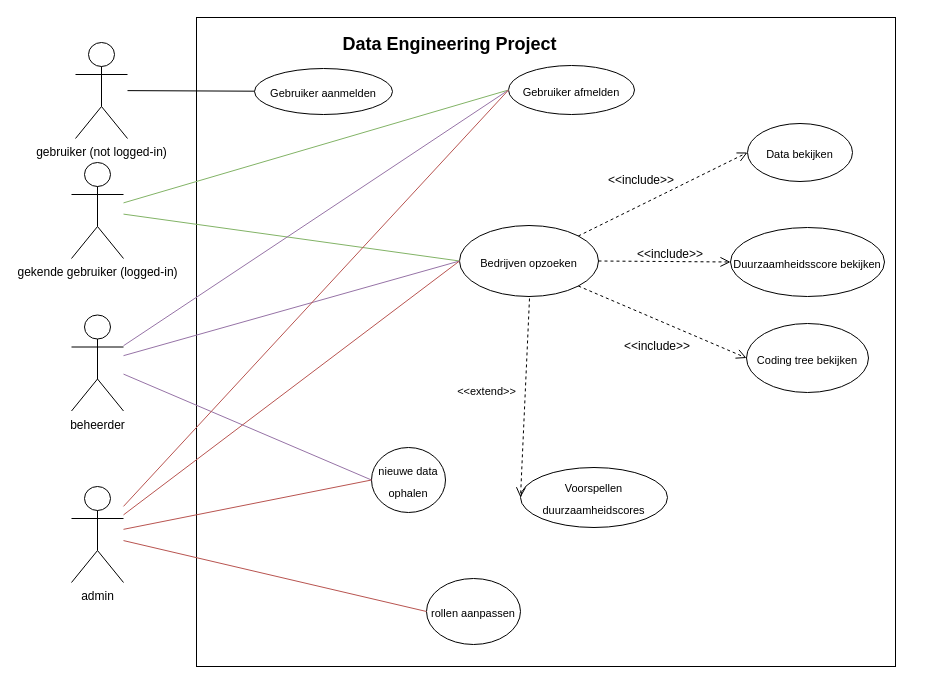
The draw.io diagram Analyse/UCD/UCD - Data Engineering Project 3.drawio in SiebeVCHoGent/DataEngineeringP2, before the edit. Source tidied: cells renumbered, new cells numbered last; positions are measured from the earlier drawing's top-left corner, leaving out a move shared by most shapes. Both pictures are drawn from the tidied source at 100%, with x=0, y=0 at pixel (71, 17).
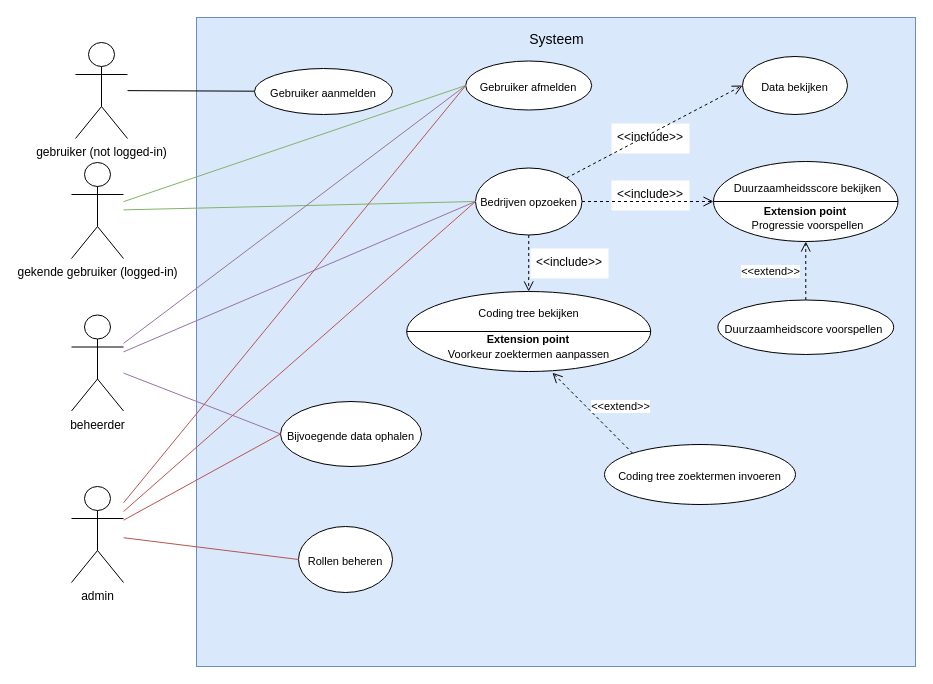
The same diagram, later.

The change refers to these unchanged cells:
```xml
<mxCell id="26" value="gekende gebruiker (logged-in)" style="shape=umlActor;verticalLabelPosition=bottom;verticalAlign=top;html=1;outlineConnect=0;" parent="1" vertex="1">
  <mxGeometry y="145" width="52" height="96" as="geometry" />
</mxCell>
<mxCell id="30" value="beheerder" style="shape=umlActor;verticalLabelPosition=bottom;verticalAlign=top;html=1;outlineConnect=0;" parent="1" vertex="1">
  <mxGeometry y="297.5" width="52" height="96" as="geometry" />
</mxCell>
<mxCell id="35" value="admin" style="shape=umlActor;verticalLabelPosition=bottom;verticalAlign=top;html=1;outlineConnect=0;" parent="1" vertex="1">
  <mxGeometry y="469" width="52" height="96" as="geometry" />
</mxCell>
```

Diff of the diagram source:
```diff
@@
-    <mxCell id="4" style="group;fillColor=none;" parent="1" vertex="1">
-      <mxGeometry x="125" width="699" height="649" as="geometry" />
+    <mxCell id="4" style="group;fillColor=default;fontColor=#ffffff;strokeColor=#001DBC;" parent="1" vertex="1">
+      <mxGeometry x="125" width="719" height="649" as="geometry" />
     </mxCell>
-    <mxCell id="5" style="rounded=0;whiteSpace=wrap;html=1;" parent="4" vertex="1">
-      <mxGeometry width="699" height="649" as="geometry" />
+    <mxCell id="5" style="rounded=0;whiteSpace=wrap;html=1;fillColor=#dae8fc;strokeColor=#6c8ebf;" parent="4" vertex="1">
+      <mxGeometry width="719" height="649" as="geometry" />
     </mxCell>
-    <mxCell id="6" value="&lt;b&gt;&lt;font style=&quot;font-size: 18px;&quot;&gt;Data Engineering Project&lt;/font&gt;&lt;/b&gt;" style="text;html=1;align=center;verticalAlign=middle;strokeColor=none;fillColor=none;" parent="4" vertex="1">
-      <mxGeometry x="136.5" y="10" width="232" height="34" as="geometry" />
+    <mxCell id="6" value="&lt;font style=&quot;font-size: 14px;&quot;&gt;Systeem&lt;/font&gt;" style="text;html=1;align=center;verticalAlign=middle;strokeColor=none;fillColor=none;" parent="4" vertex="1">
+      <mxGeometry x="323.5" y="7" width="72" height="29" as="geometry" />
     </mxCell>
     <mxCell id="7" value="&lt;font style=&quot;font-size: 11px;&quot;&gt;Gebruiker afmelden&lt;/font&gt;" style="ellipse;whiteSpace=wrap;html=1;fontSize=18;" parent="4" vertex="1">
-      <mxGeometry x="312" y="48" width="126" height="49" as="geometry" />
+      <mxGeometry x="269.2" y="43.5" width="126" height="49" as="geometry" />
     </mxCell>
-    <mxCell id="8" value="&lt;div style=&quot;&quot;&gt;&lt;span style=&quot;font-size: 11px; background-color: initial;&quot;&gt;Bedrijven opzoeken&lt;/span&gt;&lt;/div&gt;" style="ellipse;whiteSpace=wrap;html=1;fontSize=18;align=center;" parent="4" vertex="1">
-      <mxGeometry x="263" y="208" width="139" height="71" as="geometry" />
-    </mxCell>
@@
     <mxCell id="10" value="&lt;font style=&quot;font-size: 11px;&quot;&gt;Data bekijken&lt;br&gt;&lt;/font&gt;" style="ellipse;whiteSpace=wrap;html=1;fontSize=18;" parent="4" vertex="1">
-      <mxGeometry x="551" y="106" width="105" height="58" as="geometry" />
+      <mxGeometry x="546" y="39" width="105" height="58" as="geometry" />
     </mxCell>
-    <mxCell id="11" value="&lt;font style=&quot;font-size: 11px;&quot;&gt;Voorspellen duurzaamheidscores&lt;br&gt;&lt;/font&gt;" style="ellipse;whiteSpace=wrap;html=1;fontSize=18;" parent="4" vertex="1">
-      <mxGeometry x="324" y="450" width="147" height="60" as="geometry" />
+    <mxCell id="11" value="&lt;font style=&quot;font-size: 11px;&quot;&gt;Duurzaamheidscore voorspellen&amp;nbsp;&lt;br&gt;&lt;/font&gt;" style="ellipse;whiteSpace=wrap;html=1;fontSize=18;fillColor=default;" parent="4" vertex="1">
+      <mxGeometry x="521.4" y="282.5" width="175.8" height="54.5" as="geometry" />
     </mxCell>
-    <mxCell id="12" value="&lt;font style=&quot;font-size: 11px;&quot;&gt;nieuwe data ophalen&lt;/font&gt;" style="ellipse;whiteSpace=wrap;html=1;fontSize=18;" parent="4" vertex="1">
-      <mxGeometry x="175" y="430" width="74" height="65" as="geometry" />
+    <mxCell id="12" value="&lt;font style=&quot;font-size: 11px;&quot;&gt;Bijvoegende data ophalen&lt;/font&gt;" style="ellipse;whiteSpace=wrap;html=1;fontSize=18;" parent="4" vertex="1">
+      <mxGeometry x="84" y="384" width="141" height="65" as="geometry" />
     </mxCell>
-    <mxCell id="13" value="&lt;font style=&quot;font-size: 11px;&quot;&gt;rollen aanpassen&lt;/font&gt;" style="ellipse;whiteSpace=wrap;html=1;fontSize=18;" parent="4" vertex="1">
-      <mxGeometry x="230" y="561" width="94" height="66" as="geometry" />
+    <mxCell id="13" value="&lt;font style=&quot;font-size: 11px;&quot;&gt;Rollen beheren&lt;/font&gt;" style="ellipse;whiteSpace=wrap;html=1;fontSize=18;" parent="4" vertex="1">
+      <mxGeometry x="102" y="509" width="94" height="66" as="geometry" />
     </mxCell>
-    <mxCell id="14" value="&lt;font style=&quot;font-size: 11px;&quot;&gt;Coding tree bekijken&lt;/font&gt;" style="ellipse;whiteSpace=wrap;html=1;fontSize=18;" parent="4" vertex="1">
-      <mxGeometry x="550" y="306" width="122" height="69" as="geometry" />
-    </mxCell>
-    <mxCell id="15" value="&lt;&lt;include&gt;&gt;" style="text;strokeColor=none;fillColor=none;spacingLeft=4;spacingRight=4;overflow=hidden;fontSize=12;" parent="4" vertex="1">
-      <mxGeometry x="406" y="149" width="78" height="30" as="geometry" />
+    <mxCell id="15" value="&lt;&lt;include&gt;&gt;" style="text;strokeColor=none;fillColor=default;spacingLeft=4;spacingRight=4;overflow=hidden;fontSize=12;" parent="4" vertex="1">
+      <mxGeometry x="415" y="106" width="78" height="30" as="geometry" />
     </mxCell>
-    <mxCell id="16" value="&lt;&lt;include&gt;&gt;" style="text;strokeColor=none;fillColor=none;spacingLeft=4;spacingRight=4;overflow=hidden;fontSize=12;" parent="4" vertex="1">
-      <mxGeometry x="422" y="315" width="78" height="30" as="geometry" />
+    <mxCell id="16" value="&lt;&lt;include&gt;&gt;" style="text;strokeColor=none;fillColor=default;spacingLeft=4;spacingRight=4;overflow=hidden;fontSize=12;" parent="4" vertex="1">
+      <mxGeometry x="334" y="231" width="78" height="30" as="geometry" />
     </mxCell>
-    <mxCell id="17" value="&amp;lt;&amp;lt;extend&amp;gt;&amp;gt;" style="html=1;verticalAlign=bottom;endArrow=open;dashed=1;endSize=8;rounded=0;entryX=0;entryY=0.5;entryDx=0;entryDy=0;" parent="4" edge="1" target="11">
-      <mxGeometry x="0.04" y="-38" relative="1" as="geometry">
-        <mxPoint x="333" y="281" as="sourcePoint" />
-      </mxGeometry>
+    <mxCell id="17" value="&amp;lt;&amp;lt;extend&amp;gt;&amp;gt;" style="html=1;verticalAlign=bottom;endArrow=open;dashed=1;endSize=8;rounded=0;exitX=0.5;exitY=0;exitDx=0;exitDy=0;entryX=0.5;entryY=1;entryDx=0;entryDy=0;" parent="4" edge="1" source="11" target="38">
+      <mxGeometry x="-0.3" y="35" relative="1" as="geometry" />
     </mxCell>
-    <mxCell id="18" style="html=1;verticalAlign=bottom;endArrow=open;dashed=1;endSize=8;rounded=0;entryX=0;entryY=0.5;entryDx=0;entryDy=0;exitX=1;exitY=1;exitDx=0;exitDy=0;" parent="4" edge="1" source="8" target="14">
+    <mxCell id="18" style="html=1;verticalAlign=bottom;endArrow=open;dashed=1;endSize=8;rounded=0;exitX=0.5;exitY=1;exitDx=0;exitDy=0;entryX=0.5;entryY=0;entryDx=0;entryDy=0;" parent="4" edge="1" source="8" target="41">
       <mxGeometry x="0.04" y="-38" relative="1" as="geometry" />
     </mxCell>
@@
-    <mxCell id="20" value="&lt;&lt;include&gt;&gt;" style="text;strokeColor=none;fillColor=none;spacingLeft=4;spacingRight=4;overflow=hidden;fontSize=12;" parent="4" vertex="1">
-      <mxGeometry x="435" y="223" width="78" height="30" as="geometry" />
+    <mxCell id="20" value="&lt;&lt;include&gt;&gt;" style="text;strokeColor=none;fillColor=default;spacingLeft=4;spacingRight=4;overflow=hidden;fontSize=12;" parent="4" vertex="1">
+      <mxGeometry x="415" y="163" width="78" height="30" as="geometry" />
     </mxCell>
+    <mxCell id="22" style="html=1;verticalAlign=bottom;endArrow=open;dashed=1;endSize=8;rounded=0;entryX=0;entryY=0.5;entryDx=0;entryDy=0;exitX=1;exitY=0.5;exitDx=0;exitDy=0;" parent="4" edge="1" source="8" target="38">
+      <mxGeometry x="0.04" y="-38" relative="1" as="geometry" />
+    </mxCell>
+    <mxCell id="36" value="&lt;font style=&quot;font-size: 11px;&quot;&gt;Coding tree zoektermen invoeren&lt;br&gt;&lt;/font&gt;" style="ellipse;whiteSpace=wrap;html=1;fontSize=18;fillColor=default;" parent="4" vertex="1">
+      <mxGeometry x="408" y="427" width="191" height="60" as="geometry" />
+    </mxCell>
+    <mxCell id="37" value="&amp;lt;&amp;lt;extend&amp;gt;&amp;gt;" style="html=1;verticalAlign=bottom;endArrow=open;dashed=1;endSize=8;rounded=0;exitX=0;exitY=0;exitDx=0;exitDy=0;entryX=0.695;entryY=0.99;entryDx=0;entryDy=0;entryPerimeter=0;" parent="4" edge="1" source="36">
+      <mxGeometry x="-0.38" y="-18" relative="1" as="geometry">
+        <mxPoint x="356" y="355.3" as="targetPoint" />
+      </mxGeometry>
+    </mxCell>
+    <mxCell id="8" value="&lt;font style=&quot;font-size: 11px;&quot;&gt;Bedrijven opzoeken&lt;/font&gt;" style="ellipse;whiteSpace=wrap;html=1;strokeColor=default;fontSize=14;fillColor=default;gradientColor=none;" parent="4" vertex="1">
+      <mxGeometry x="279" y="150.5" width="106.5" height="67" as="geometry" />
+    </mxCell>
+    <mxCell id="38" style="shape=lineEllipse;perimeter=ellipsePerimeter;whiteSpace=wrap;html=1;backgroundOutline=1;strokeColor=default;fontSize=11;fillColor=default;gradientColor=none;" parent="4" vertex="1">
+      <mxGeometry x="517" y="144" width="184.5" height="80" as="geometry" />
+    </mxCell>
-    <mxCell id="21" value="&lt;span style=&quot;font-size: 11px;&quot;&gt;Duurzaamheidsscore bekijken&lt;/span&gt;" style="ellipse;whiteSpace=wrap;html=1;fontSize=18;" parent="4" vertex="1">
-      <mxGeometry x="534" y="210" width="154" height="69" as="geometry" />
+    <mxCell id="21" value="Duurzaamheidsscore bekijken" style="text;html=1;strokeColor=none;fillColor=none;align=center;verticalAlign=middle;whiteSpace=wrap;rounded=0;fontSize=11;" parent="4" vertex="1">
+      <mxGeometry x="520.5" y="156" width="181" height="30" as="geometry" />
     </mxCell>
-    <mxCell id="22" style="html=1;verticalAlign=bottom;endArrow=open;dashed=1;endSize=8;rounded=0;entryX=0;entryY=0.5;entryDx=0;entryDy=0;exitX=1;exitY=0.5;exitDx=0;exitDy=0;" parent="4" edge="1" source="8" target="21">
-      <mxGeometry x="0.04" y="-38" relative="1" as="geometry" />
-    </mxCell>
+    <mxCell id="39" value="&lt;b&gt;Extension point&lt;/b&gt;" style="text;html=1;strokeColor=none;fillColor=none;align=center;verticalAlign=middle;whiteSpace=wrap;rounded=0;fontSize=11;" parent="4" vertex="1">
+      <mxGeometry x="566.2" y="179" width="86" height="30" as="geometry" />
+    </mxCell>
+    <mxCell id="40" value="Progressie voorspellen" style="text;html=1;strokeColor=none;fillColor=none;align=center;verticalAlign=middle;whiteSpace=wrap;rounded=0;fontSize=11;" parent="4" vertex="1">
+      <mxGeometry x="520.5" y="193" width="181" height="30" as="geometry" />
+    </mxCell>
+    <mxCell id="41" style="shape=lineEllipse;perimeter=ellipsePerimeter;whiteSpace=wrap;html=1;backgroundOutline=1;strokeColor=default;fontSize=11;fillColor=default;gradientColor=none;" parent="4" vertex="1">
+      <mxGeometry x="210.2" y="274" width="244" height="80" as="geometry" />
+    </mxCell>
+    <mxCell id="14" value="Coding tree bekijken" style="text;html=1;strokeColor=none;fillColor=none;align=center;verticalAlign=middle;whiteSpace=wrap;rounded=0;fontSize=11;" parent="4" vertex="1">
+      <mxGeometry x="241.8" y="281" width="181" height="30" as="geometry" />
+    </mxCell>
+    <mxCell id="42" value="&lt;b&gt;Extension point&lt;/b&gt;" style="text;html=1;strokeColor=none;fillColor=none;align=center;verticalAlign=middle;whiteSpace=wrap;rounded=0;fontSize=11;" parent="4" vertex="1">
+      <mxGeometry x="289.2" y="307" width="86" height="30" as="geometry" />
+    </mxCell>
+    <mxCell id="43" value="Voorkeur zoektermen aanpassen" style="text;html=1;strokeColor=none;fillColor=none;align=center;verticalAlign=middle;whiteSpace=wrap;rounded=0;fontSize=11;" parent="4" vertex="1">
+      <mxGeometry x="241.8" y="322" width="181" height="30" as="geometry" />
+    </mxCell>
@@
-    <mxCell id="25" style="edgeStyle=none;rounded=0;jettySize=auto;html=1;entryX=0;entryY=0.5;entryDx=0;entryDy=0;fontSize=11;endArrow=none;endFill=0;fillColor=#d5e8d4;strokeColor=#82b366;" parent="1" edge="1" source="26" target="8">
+    <mxCell id="25" style="edgeStyle=none;rounded=0;jettySize=auto;html=1;fontSize=11;endArrow=none;endFill=0;fillColor=#d5e8d4;strokeColor=#82b366;entryX=0;entryY=0.5;entryDx=0;entryDy=0;" parent="1" edge="1" source="26" target="8">
       <mxGeometry relative="1" as="geometry" />
     </mxCell>
@@
-    <mxCell id="28" style="edgeStyle=none;rounded=0;jettySize=auto;html=1;entryX=0;entryY=0.5;entryDx=0;entryDy=0;fontSize=11;endArrow=none;endFill=0;fillColor=#e1d5e7;strokeColor=#9673a6;" parent="1" edge="1" source="30" target="8">
+    <mxCell id="28" style="edgeStyle=none;rounded=0;jettySize=auto;html=1;fontSize=11;endArrow=none;endFill=0;fillColor=#e1d5e7;strokeColor=#9673a6;entryX=0;entryY=0.5;entryDx=0;entryDy=0;" parent="1" edge="1" source="30" target="8">
       <mxGeometry relative="1" as="geometry" />
     </mxCell>
@@
-    <mxCell id="32" style="edgeStyle=none;rounded=0;jettySize=auto;html=1;entryX=0;entryY=0.5;entryDx=0;entryDy=0;fontSize=11;endArrow=none;endFill=0;fillColor=#f8cecc;strokeColor=#b85450;" parent="1" edge="1" source="35" target="8">
+    <mxCell id="32" style="edgeStyle=none;rounded=0;jettySize=auto;html=1;fontSize=11;endArrow=none;endFill=0;fillColor=#f8cecc;strokeColor=#b85450;entryX=0;entryY=0.5;entryDx=0;entryDy=0;" parent="1" edge="1" source="35" target="8">
       <mxGeometry relative="1" as="geometry" />
     </mxCell>
```
